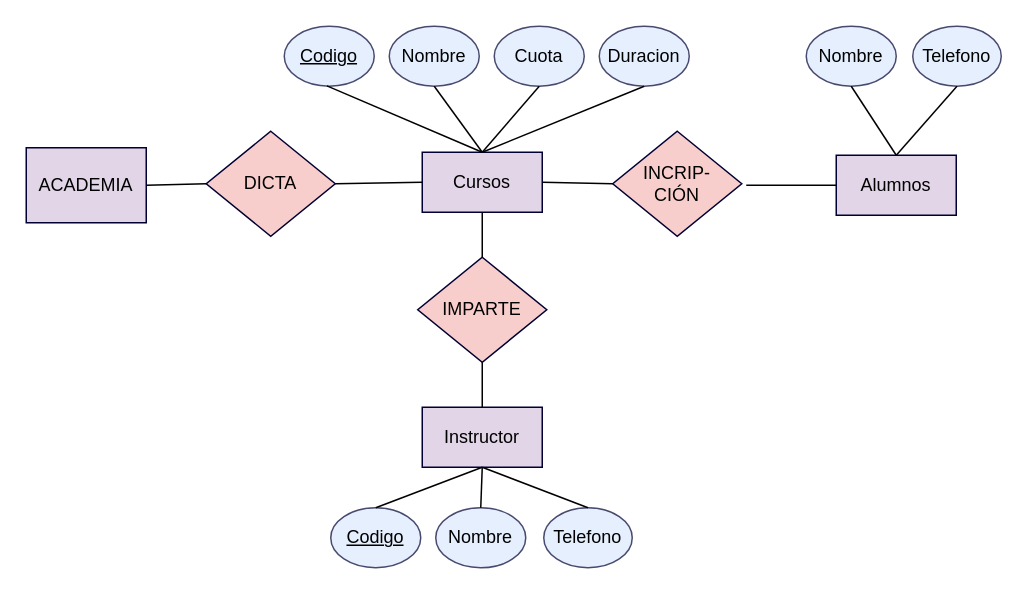
This is EntidadRelacion.drawio from jesicaacosta/PracticasAutocadMedios1, a draw.io file, before an edit. Source tidied: cells renumbered, new cells numbered last; positions are measured from the earlier drawing's top-left corner, leaving out a move shared by most shapes. Both pictures are drawn from the tidied source at 150%, with x=0, y=0 at pixel (26, 26).
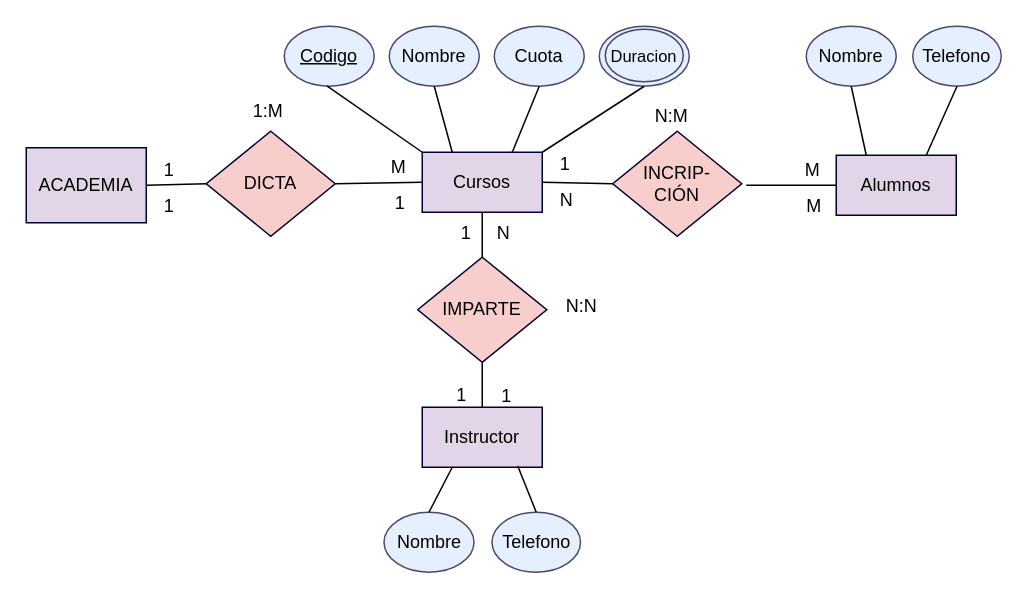
The same diagram, later.

Unchanged cells that the change refers to:
```xml
<mxCell id="3" value="Cursos" style="rounded=0;whiteSpace=wrap;html=1;fillColor=#e1d5e7;strokeColor=#000033;" parent="1" vertex="1">
  <mxGeometry x="264" y="84" width="80" height="40" as="geometry" />
</mxCell>
<mxCell id="4" value="&lt;u&gt;Codigo&lt;/u&gt;" style="ellipse;whiteSpace=wrap;html=1;fillColor=#dae8fc;strokeColor=#000033;fillStyle=auto;opacity=70;" parent="1" vertex="1">
  <mxGeometry x="172" width="60" height="40" as="geometry" />
</mxCell>
<mxCell id="5" value="Nombre" style="ellipse;whiteSpace=wrap;html=1;fillColor=#dae8fc;strokeColor=#000033;fillStyle=auto;opacity=70;" parent="1" vertex="1">
  <mxGeometry x="242" width="60" height="40" as="geometry" />
</mxCell>
<mxCell id="6" value="Cuota" style="ellipse;whiteSpace=wrap;html=1;fillColor=#dae8fc;strokeColor=#000033;fillStyle=auto;opacity=70;" parent="1" vertex="1">
  <mxGeometry x="312" width="60" height="40" as="geometry" />
</mxCell>
<mxCell id="9" value="Instructor" style="rounded=0;whiteSpace=wrap;html=1;fillColor=#e1d5e7;strokeColor=#000033;" parent="1" vertex="1">
  <mxGeometry x="264" y="254" width="80" height="40" as="geometry" />
</mxCell>
<mxCell id="13" value="Alumnos" style="rounded=0;whiteSpace=wrap;html=1;fillColor=#e1d5e7;strokeColor=#000033;" parent="1" vertex="1">
  <mxGeometry x="540" y="86" width="80" height="40" as="geometry" />
</mxCell>
<mxCell id="14" value="Nombre" style="ellipse;whiteSpace=wrap;html=1;fillColor=#dae8fc;strokeColor=#000033;fillStyle=auto;opacity=70;" parent="1" vertex="1">
  <mxGeometry x="520" width="60" height="40" as="geometry" />
</mxCell>
<mxCell id="15" value="Telefono" style="ellipse;whiteSpace=wrap;html=1;fillColor=#dae8fc;strokeColor=#000033;fillStyle=auto;opacity=70;" parent="1" vertex="1">
  <mxGeometry x="591" width="59" height="40" as="geometry" />
</mxCell>
```

Diff of the diagram source:
```diff
@@
+    <mxCell id="7" value="&lt;font style=&quot;font-size: 11px;&quot;&gt;Duracion&lt;/font&gt;" style="ellipse;whiteSpace=wrap;html=1;fillColor=#dae8fc;strokeColor=#000033;fillStyle=auto;opacity=70;" parent="1" vertex="1">
+      <mxGeometry x="382" width="60" height="40" as="geometry" />
+    </mxCell>
+    <mxCell id="33" style="ellipse;whiteSpace=wrap;html=1;fillColor=none;strokeColor=#000033;fillStyle=auto;opacity=70;" parent="1" vertex="1">
+      <mxGeometry x="386" y="2" width="52" height="35" as="geometry" />
+    </mxCell>
@@
-    <mxCell id="7" value="Duracion" style="ellipse;whiteSpace=wrap;html=1;fillColor=#dae8fc;strokeColor=#000033;fillStyle=auto;opacity=70;" parent="1" vertex="1">
-      <mxGeometry x="382" width="60" height="40" as="geometry" />
-    </mxCell>
@@
-    <mxCell id="10" value="&lt;u&gt;Codigo&lt;/u&gt;" style="ellipse;whiteSpace=wrap;html=1;fillColor=#dae8fc;strokeColor=#000033;fillStyle=auto;opacity=70;" parent="1" vertex="1">
-      <mxGeometry x="203" y="321" width="60" height="40" as="geometry" />
-    </mxCell>
     <mxCell id="11" value="Nombre" style="ellipse;whiteSpace=wrap;html=1;fillColor=#dae8fc;strokeColor=#000033;fillStyle=auto;opacity=70;" parent="1" vertex="1">
-      <mxGeometry x="273" y="321" width="60" height="40" as="geometry" />
+      <mxGeometry x="238.5" y="324" width="60" height="40" as="geometry" />
     </mxCell>
     <mxCell id="12" value="Telefono" style="ellipse;whiteSpace=wrap;html=1;fillColor=#dae8fc;strokeColor=#000033;fillStyle=auto;opacity=70;" parent="1" vertex="1">
-      <mxGeometry x="345" y="321" width="59" height="40" as="geometry" />
+      <mxGeometry x="310.5" y="324" width="59" height="40" as="geometry" />
     </mxCell>
@@
-    <mxCell id="22" style="endArrow=none;html=1;rounded=0;entryX=0.5;entryY=1;entryDx=0;entryDy=0;exitX=0.5;exitY=0;exitDx=0;exitDy=0;fontStyle=1;" parent="1" edge="1" source="3" target="7">
+    <mxCell id="22" style="endArrow=none;html=1;rounded=0;entryX=0.5;entryY=1;entryDx=0;entryDy=0;exitX=1;exitY=0;exitDx=0;exitDy=0;fontStyle=1;" parent="1" edge="1" source="3" target="7">
       <mxGeometry relative="1" as="geometry" />
     </mxCell>
-    <mxCell id="23" style="endArrow=none;html=1;rounded=0;entryX=0.5;entryY=1;entryDx=0;entryDy=0;exitX=0.5;exitY=0;exitDx=0;exitDy=0;" parent="1" edge="1" source="3" target="6">
+    <mxCell id="23" style="endArrow=none;html=1;rounded=0;entryX=0.5;entryY=1;entryDx=0;entryDy=0;exitX=0.75;exitY=0;exitDx=0;exitDy=0;" parent="1" edge="1" source="3" target="6">
       <mxGeometry relative="1" as="geometry" />
     </mxCell>
-    <mxCell id="24" style="endArrow=none;html=1;rounded=0;entryX=0.5;entryY=1;entryDx=0;entryDy=0;exitX=0.5;exitY=0;exitDx=0;exitDy=0;" parent="1" edge="1" source="3" target="5">
+    <mxCell id="24" style="endArrow=none;html=1;rounded=0;entryX=0.5;entryY=1;entryDx=0;entryDy=0;exitX=0.25;exitY=0;exitDx=0;exitDy=0;" parent="1" edge="1" source="3" target="5">
       <mxGeometry relative="1" as="geometry" />
     </mxCell>
-    <mxCell id="25" style="endArrow=none;html=1;rounded=0;entryX=0.474;entryY=0.993;entryDx=0;entryDy=0;exitX=0.5;exitY=0;exitDx=0;exitDy=0;entryPerimeter=0;" parent="1" edge="1" source="3" target="4">
+    <mxCell id="25" style="endArrow=none;html=1;rounded=0;entryX=0.474;entryY=0.993;entryDx=0;entryDy=0;entryPerimeter=0;exitX=0;exitY=0;exitDx=0;exitDy=0;" parent="1" edge="1" source="3" target="4">
       <mxGeometry relative="1" as="geometry" />
     </mxCell>
@@
-    <mxCell id="27" style="endArrow=none;html=1;rounded=0;entryX=0.5;entryY=1;entryDx=0;entryDy=0;exitX=0.5;exitY=0;exitDx=0;exitDy=0;" parent="1" edge="1" source="10" target="9">
-      <mxGeometry relative="1" as="geometry" />
-    </mxCell>
-    <mxCell id="28" style="endArrow=none;html=1;rounded=0;entryX=0.5;entryY=1;entryDx=0;entryDy=0;exitX=0.5;exitY=0;exitDx=0;exitDy=0;" parent="1" edge="1" source="11" target="9">
+    <mxCell id="28" style="endArrow=none;html=1;rounded=0;entryX=0.25;entryY=1;entryDx=0;entryDy=0;exitX=0.5;exitY=0;exitDx=0;exitDy=0;" parent="1" edge="1" source="11" target="9">
       <mxGeometry relative="1" as="geometry" />
     </mxCell>
-    <mxCell id="29" style="endArrow=none;html=1;rounded=0;entryX=0.5;entryY=1;entryDx=0;entryDy=0;exitX=0.5;exitY=0;exitDx=0;exitDy=0;" parent="1" edge="1" source="12" target="9">
+    <mxCell id="29" style="endArrow=none;html=1;rounded=0;entryX=0.796;entryY=0.979;entryDx=0;entryDy=0;exitX=0.5;exitY=0;exitDx=0;exitDy=0;entryPerimeter=0;" parent="1" edge="1" source="12" target="9">
       <mxGeometry relative="1" as="geometry" />
     </mxCell>
@@
-    <mxCell id="31" style="endArrow=none;html=1;rounded=0;entryX=0.5;entryY=0;entryDx=0;entryDy=0;exitX=0.5;exitY=1;exitDx=0;exitDy=0;" parent="1" edge="1" source="14" target="13">
+    <mxCell id="31" style="endArrow=none;html=1;rounded=0;entryX=0.25;entryY=0;entryDx=0;entryDy=0;exitX=0.5;exitY=1;exitDx=0;exitDy=0;" parent="1" edge="1" source="14" target="13">
       <mxGeometry relative="1" as="geometry" />
     </mxCell>
-    <mxCell id="32" style="endArrow=none;html=1;rounded=0;entryX=0.5;entryY=1;entryDx=0;entryDy=0;exitX=0.5;exitY=0;exitDx=0;exitDy=0;" parent="1" edge="1" source="13" target="15">
+    <mxCell id="32" style="endArrow=none;html=1;rounded=0;entryX=0.5;entryY=1;entryDx=0;entryDy=0;exitX=0.75;exitY=0;exitDx=0;exitDy=0;" parent="1" edge="1" source="13" target="15">
       <mxGeometry relative="1" as="geometry" />
     </mxCell>
+    <mxCell id="34" value="1" style="text;html=1;align=center;verticalAlign=middle;strokeColor=none;fillColor=none;" parent="1" vertex="1">
+      <mxGeometry x="80" y="81" width="30" height="30" as="geometry" />
+    </mxCell>
+    <mxCell id="35" value="M" style="text;html=1;align=center;verticalAlign=middle;strokeColor=none;fillColor=none;" parent="1" vertex="1">
+      <mxGeometry x="233" y="79" width="30" height="30" as="geometry" />
+    </mxCell>
+    <mxCell id="36" value="1" style="text;html=1;align=center;verticalAlign=middle;strokeColor=none;fillColor=none;" parent="1" vertex="1">
+      <mxGeometry x="234" y="103" width="30" height="30" as="geometry" />
+    </mxCell>
+    <mxCell id="37" value="1" style="text;html=1;align=center;verticalAlign=middle;strokeColor=none;fillColor=none;" parent="1" vertex="1">
+      <mxGeometry x="80" y="105" width="30" height="30" as="geometry" />
+    </mxCell>
+    <mxCell id="38" value="1:M" style="text;html=1;align=center;verticalAlign=middle;strokeColor=none;fillColor=none;" parent="1" vertex="1">
+      <mxGeometry x="141" y="42" width="40" height="30" as="geometry" />
+    </mxCell>
+    <mxCell id="39" value="1" style="text;html=1;align=center;verticalAlign=middle;strokeColor=none;fillColor=none;" parent="1" vertex="1">
+      <mxGeometry x="344" y="77" width="30" height="30" as="geometry" />
+    </mxCell>
+    <mxCell id="40" value="N" style="text;html=1;align=center;verticalAlign=middle;strokeColor=none;fillColor=none;" parent="1" vertex="1">
+      <mxGeometry x="345" y="101" width="30" height="30" as="geometry" />
+    </mxCell>
+    <mxCell id="41" value="M" style="text;html=1;align=center;verticalAlign=middle;strokeColor=none;fillColor=none;" parent="1" vertex="1">
+      <mxGeometry x="509" y="81" width="30" height="30" as="geometry" />
+    </mxCell>
+    <mxCell id="42" value="M" style="text;html=1;align=center;verticalAlign=middle;strokeColor=none;fillColor=none;" parent="1" vertex="1">
+      <mxGeometry x="510" y="105" width="30" height="30" as="geometry" />
+    </mxCell>
+    <mxCell id="43" value="N:M" style="text;html=1;align=center;verticalAlign=middle;strokeColor=none;fillColor=none;" parent="1" vertex="1">
+      <mxGeometry x="405" y="45" width="50" height="30" as="geometry" />
+    </mxCell>
+    <mxCell id="44" value="N" style="text;html=1;align=center;verticalAlign=middle;strokeColor=none;fillColor=none;" parent="1" vertex="1">
+      <mxGeometry x="303" y="123" width="30" height="30" as="geometry" />
+    </mxCell>
+    <mxCell id="45" value="1" style="text;html=1;align=center;verticalAlign=middle;strokeColor=none;fillColor=none;" parent="1" vertex="1">
+      <mxGeometry x="278" y="123" width="30" height="30" as="geometry" />
+    </mxCell>
+    <mxCell id="46" value="1" style="text;html=1;align=center;verticalAlign=middle;strokeColor=none;fillColor=none;" parent="1" vertex="1">
+      <mxGeometry x="305" y="232" width="30" height="30" as="geometry" />
+    </mxCell>
+    <mxCell id="47" value="1" style="text;html=1;align=center;verticalAlign=middle;strokeColor=none;fillColor=none;" parent="1" vertex="1">
+      <mxGeometry x="275" y="231" width="30" height="30" as="geometry" />
+    </mxCell>
+    <mxCell id="48" value="N:N" style="text;html=1;align=center;verticalAlign=middle;strokeColor=none;fillColor=none;" parent="1" vertex="1">
+      <mxGeometry x="350" y="172" width="40" height="30" as="geometry" />
+    </mxCell>
```
